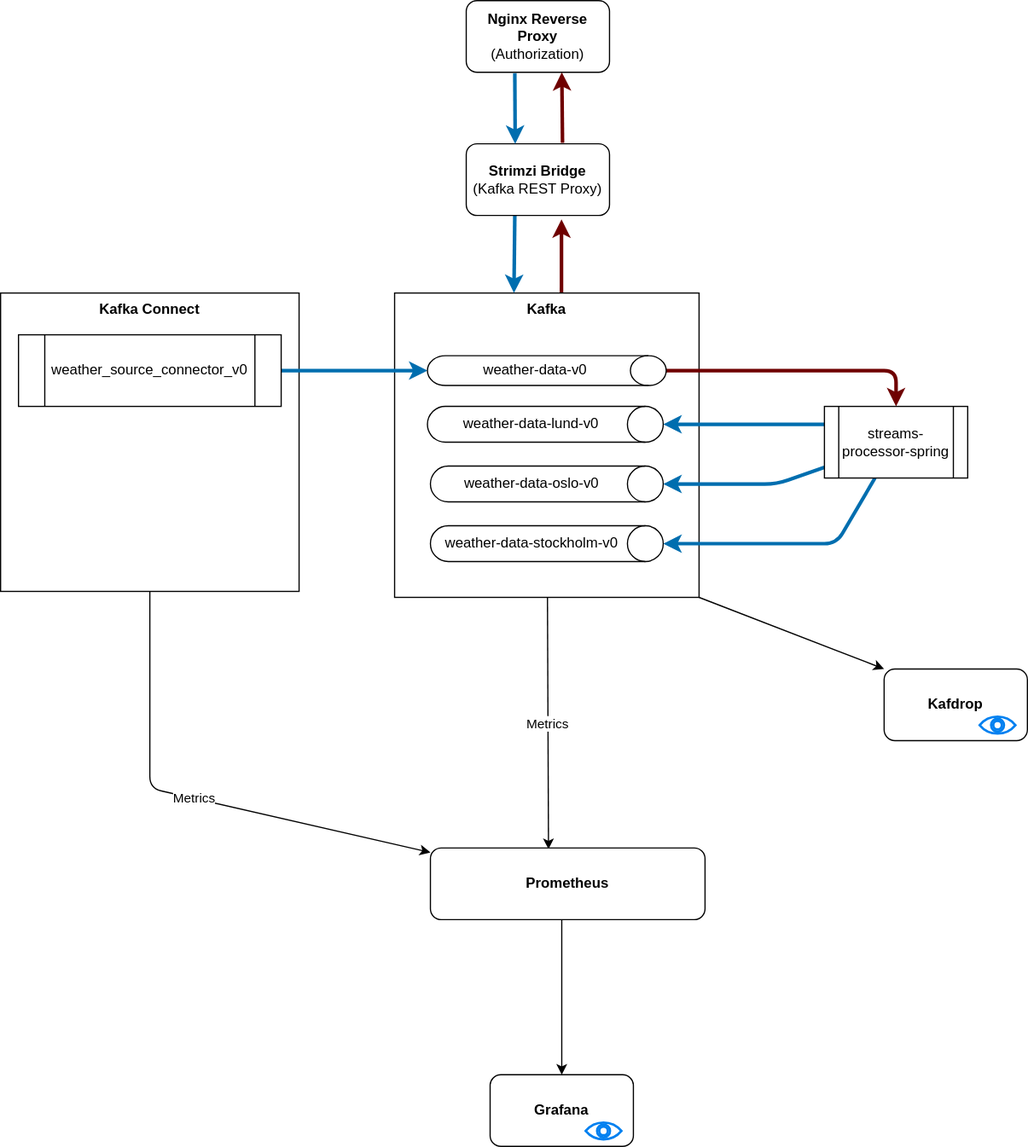
The draw.io diagram architecture.svg in mehdihasan/strimzi-playground, before a commit. Source tidied: cells renumbered, new cells last; positions are measured from the earlier drawing's top-left corner, leaving out a move shared by most shapes.
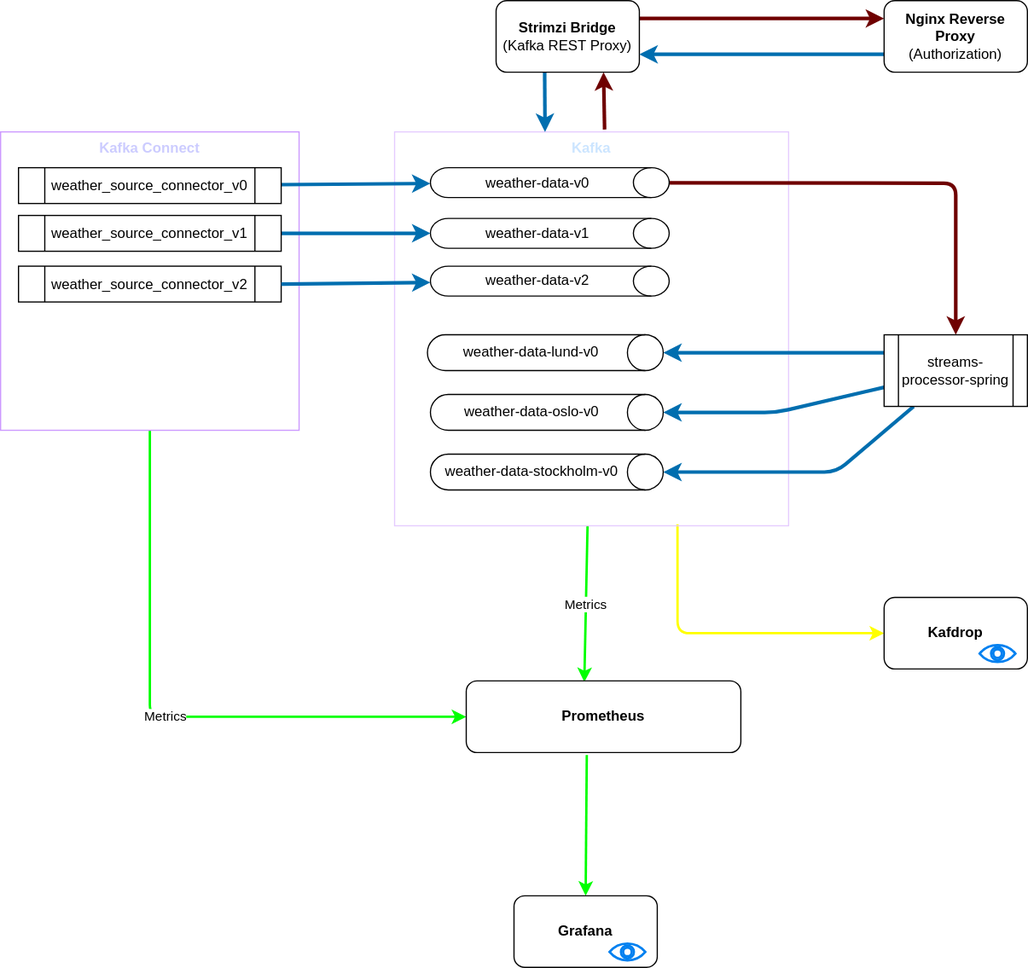
After the commit.

Commit message:
Update architectural drawing

What changed in the source:
```diff
@@ -2,43 +2,47 @@
   <root>
     <mxCell id="0" />
     <mxCell id="1" parent="0" />
-    <mxCell id="2" value="Metrics" style="edgeStyle=none;html=1;entryX=0.43;entryY=0.017;entryDx=0;entryDy=0;entryPerimeter=0;" parent="1" edge="1" source="5" target="20">
+    <mxCell id="2" value="Metrics" style="edgeStyle=none;html=1;entryX=0.43;entryY=0.017;entryDx=0;entryDy=0;entryPerimeter=0;strokeColor=#00FF00;strokeWidth=2;" parent="1" edge="1" source="5" target="20">
       <mxGeometry relative="1" as="geometry" />
     </mxCell>
-    <mxCell id="3" style="edgeStyle=none;html=1;entryX=0;entryY=0;entryDx=0;entryDy=0;exitX=1;exitY=1;exitDx=0;exitDy=0;" parent="1" edge="1" source="5" target="22">
-      <mxGeometry relative="1" as="geometry" />
+    <mxCell id="3" style="edgeStyle=none;html=1;entryX=0;entryY=0.5;entryDx=0;entryDy=0;exitX=0.718;exitY=0.996;exitDx=0;exitDy=0;exitPerimeter=0;fontColor=#FFFF33;fontSize=11;strokeWidth=2;fillColor=#e3c800;strokeColor=#FFFF00;" parent="1" edge="1" source="5" target="22">
+      <mxGeometry relative="1" as="geometry">
+        <Array as="points">
+          <mxPoint x="567" y="590" />
+        </Array>
+      </mxGeometry>
     </mxCell>
-    <mxCell id="4" style="edgeStyle=none;html=1;entryX=0.665;entryY=1.056;entryDx=0;entryDy=0;exitX=0.548;exitY=0.059;exitDx=0;exitDy=0;exitPerimeter=0;entryPerimeter=0;strokeWidth=3;fillColor=#a20025;strokeColor=#6F0000;" parent="1" edge="1" source="5" target="25">
+    <mxCell id="4" style="edgeStyle=none;html=1;entryX=0.75;entryY=1;entryDx=0;entryDy=0;strokeWidth=3;fillColor=#a20025;strokeColor=#6F0000;exitX=0.533;exitY=-0.006;exitDx=0;exitDy=0;exitPerimeter=0;" parent="1" edge="1" source="5" target="25">
       <mxGeometry relative="1" as="geometry" />
     </mxCell>
-    <mxCell id="5" value="&lt;b&gt;Kafka&lt;/b&gt;" style="whiteSpace=wrap;html=1;verticalAlign=top;" parent="1" vertex="1">
-      <mxGeometry x="330" y="245" width="255" height="255" as="geometry" />
+    <mxCell id="5" value="&lt;b&gt;Kafka&lt;/b&gt;" style="whiteSpace=wrap;html=1;verticalAlign=top;fillColor=none;strokeColor=#E5CCFF;fontColor=#CCE5FF;" parent="1" vertex="1">
+      <mxGeometry x="330" y="170" width="330" height="330" as="geometry" />
     </mxCell>
-    <mxCell id="6" value="Metrics" style="edgeStyle=none;html=1;" parent="1" edge="1" source="7" target="20">
+    <mxCell id="6" value="Metrics" style="edgeStyle=none;html=1;strokeColor=#00FF00;strokeWidth=2;" parent="1" edge="1" source="7" target="20">
       <mxGeometry relative="1" as="geometry">
         <Array as="points">
           <mxPoint x="125" y="660" />
         </Array>
       </mxGeometry>
     </mxCell>
-    <mxCell id="7" value="&lt;b&gt;Kafka Connect&lt;/b&gt;" style="whiteSpace=wrap;html=1;verticalAlign=top;" parent="1" vertex="1">
-      <mxGeometry y="245" width="250" height="250" as="geometry" />
+    <mxCell id="7" value="&lt;b&gt;Kafka Connect&lt;/b&gt;" style="whiteSpace=wrap;html=1;verticalAlign=top;fillColor=none;strokeColor=#CC99FF;fontColor=#CCCCFF;" parent="1" vertex="1">
+      <mxGeometry y="170" width="250" height="250" as="geometry" />
     </mxCell>
     <mxCell id="8" style="edgeStyle=none;html=1;fillColor=#1ba1e2;strokeColor=#006EAF;strokeWidth=3;" parent="1" edge="1" source="9" target="11">
       <mxGeometry relative="1" as="geometry" />
     </mxCell>
     <mxCell id="9" value="weather_source_connector_v0" style="shape=process;whiteSpace=wrap;html=1;backgroundOutline=1;" parent="1" vertex="1">
-      <mxGeometry x="15" y="280" width="220" height="60" as="geometry" />
+      <mxGeometry x="15" y="200" width="220" height="30" as="geometry" />
     </mxCell>
     <mxCell id="10" style="edgeStyle=none;html=1;entryX=0.5;entryY=0;entryDx=0;entryDy=0;fillColor=#a20025;strokeColor=#6F0000;strokeWidth=3;" parent="1" edge="1" source="11" target="15">
       <mxGeometry relative="1" as="geometry">
         <Array as="points">
-          <mxPoint x="750" y="310" />
+          <mxPoint x="800" y="213" />
         </Array>
       </mxGeometry>
     </mxCell>
     <mxCell id="11" value="weather-data-v0" style="shape=cylinder3;whiteSpace=wrap;html=1;boundedLbl=1;backgroundOutline=1;size=15;direction=south;" parent="1" vertex="1">
-      <mxGeometry x="357.5" y="297.5" width="200" height="25" as="geometry" />
+      <mxGeometry x="360" y="200" width="200" height="25" as="geometry" />
     </mxCell>
     <mxCell id="12" style="edgeStyle=none;html=1;entryX=0.5;entryY=0;entryDx=0;entryDy=0;entryPerimeter=0;exitX=0;exitY=0.25;exitDx=0;exitDy=0;fillColor=#1ba1e2;strokeColor=#006EAF;strokeWidth=3;" parent="1" edge="1" source="15" target="16">
       <mxGeometry relative="1" as="geometry" />
@@ -58,7 +62,7 @@
       </mxGeometry>
     </mxCell>
     <mxCell id="15" value="streams-processor-spring" style="shape=process;whiteSpace=wrap;html=1;backgroundOutline=1;" parent="1" vertex="1">
-      <mxGeometry x="690" y="340" width="120" height="60" as="geometry" />
+      <mxGeometry x="740" y="340" width="120" height="60" as="geometry" />
     </mxCell>
     <mxCell id="16" value="weather-data-lund-v0" style="shape=cylinder3;whiteSpace=wrap;html=1;boundedLbl=1;backgroundOutline=1;size=15;direction=south;" parent="1" vertex="1">
       <mxGeometry x="357.5" y="340" width="197.5" height="30" as="geometry" />
@@ -69,42 +73,58 @@
     <mxCell id="18" value="weather-data-oslo-v0" style="shape=cylinder3;whiteSpace=wrap;html=1;boundedLbl=1;backgroundOutline=1;size=15;direction=south;" parent="1" vertex="1">
       <mxGeometry x="360" y="390" width="195" height="30" as="geometry" />
     </mxCell>
-    <mxCell id="19" style="edgeStyle=none;html=1;entryX=0.5;entryY=0;entryDx=0;entryDy=0;" parent="1" edge="1" target="21">
-      <mxGeometry relative="1" as="geometry">
-        <mxPoint x="470" y="770" as="sourcePoint" />
-      </mxGeometry>
+    <mxCell id="19" style="edgeStyle=none;html=1;entryX=0.5;entryY=0;entryDx=0;entryDy=0;strokeColor=#00FF00;strokeWidth=2;exitX=0.439;exitY=1.033;exitDx=0;exitDy=0;exitPerimeter=0;" parent="1" edge="1" source="20" target="21">
+      <mxGeometry relative="1" as="geometry" />
     </mxCell>
     <mxCell id="20" value="&lt;b&gt;Prometheus&lt;/b&gt;" style="rounded=1;whiteSpace=wrap;html=1;" parent="1" vertex="1">
-      <mxGeometry x="360" y="710" width="230" height="60" as="geometry" />
+      <mxGeometry x="390" y="630" width="230" height="60" as="geometry" />
     </mxCell>
     <mxCell id="21" value="&lt;b&gt;Grafana&lt;/b&gt;" style="rounded=1;whiteSpace=wrap;html=1;" parent="1" vertex="1">
-      <mxGeometry x="410" y="900" width="120" height="60" as="geometry" />
+      <mxGeometry x="430" y="810" width="120" height="60" as="geometry" />
     </mxCell>
     <mxCell id="22" value="&lt;b&gt;Kafdrop&lt;/b&gt;" style="rounded=1;whiteSpace=wrap;html=1;" parent="1" vertex="1">
       <mxGeometry x="740" y="560" width="120" height="60" as="geometry" />
     </mxCell>
-    <mxCell id="23" style="edgeStyle=none;html=1;entryX=0.392;entryY=0;entryDx=0;entryDy=0;entryPerimeter=0;exitX=0.339;exitY=1;exitDx=0;exitDy=0;exitPerimeter=0;fillColor=#1ba1e2;strokeColor=#006EAF;strokeWidth=3;" parent="1" edge="1" source="25" target="5">
-      <mxGeometry relative="1" as="geometry" />
+    <mxCell id="23" style="edgeStyle=none;html=1;exitX=0.339;exitY=1;exitDx=0;exitDy=0;exitPerimeter=0;fillColor=#1ba1e2;strokeColor=#006EAF;strokeWidth=3;" parent="1" edge="1" source="25">
+      <mxGeometry relative="1" as="geometry">
+        <mxPoint x="456" y="170" as="targetPoint" />
+      </mxGeometry>
     </mxCell>
-    <mxCell id="24" style="edgeStyle=none;html=1;entryX=0.667;entryY=1;entryDx=0;entryDy=0;entryPerimeter=0;exitX=0.672;exitY=-0.014;exitDx=0;exitDy=0;exitPerimeter=0;strokeWidth=3;fillColor=#a20025;strokeColor=#6F0000;" parent="1" edge="1" source="25" target="27">
+    <mxCell id="24" style="edgeStyle=none;html=1;entryX=0;entryY=0.25;entryDx=0;entryDy=0;exitX=1;exitY=0.25;exitDx=0;exitDy=0;strokeWidth=3;fillColor=#a20025;strokeColor=#6F0000;" parent="1" edge="1" source="25" target="27">
       <mxGeometry relative="1" as="geometry" />
     </mxCell>
     <mxCell id="25" value="&lt;b&gt;Strimzi Bridge&lt;/b&gt;&lt;br&gt;(Kafka REST Proxy)" style="rounded=1;whiteSpace=wrap;html=1;" parent="1" vertex="1">
-      <mxGeometry x="390" y="120" width="120" height="60" as="geometry" />
+      <mxGeometry x="415" y="60" width="120" height="60" as="geometry" />
     </mxCell>
-    <mxCell id="26" style="edgeStyle=none;html=1;exitX=0.339;exitY=1.014;exitDx=0;exitDy=0;exitPerimeter=0;fillColor=#1ba1e2;strokeColor=#006EAF;strokeWidth=3;" parent="1" edge="1" source="27">
-      <mxGeometry relative="1" as="geometry">
-        <mxPoint x="431" y="120" as="targetPoint" />
-      </mxGeometry>
+    <mxCell id="26" style="edgeStyle=none;html=1;exitX=0;exitY=0.75;exitDx=0;exitDy=0;fillColor=#1ba1e2;strokeColor=#006EAF;strokeWidth=3;entryX=1;entryY=0.75;entryDx=0;entryDy=0;" parent="1" edge="1" source="27" target="25">
+      <mxGeometry relative="1" as="geometry" />
     </mxCell>
     <mxCell id="27" value="&lt;b&gt;Nginx Reverse Proxy&lt;/b&gt;&lt;br&gt;(Authorization)" style="rounded=1;whiteSpace=wrap;html=1;" parent="1" vertex="1">
-      <mxGeometry x="390" width="120" height="60" as="geometry" />
+      <mxGeometry x="740" y="60" width="120" height="60" as="geometry" />
     </mxCell>
     <mxCell id="28" style="html=1;verticalLabelPosition=bottom;align=center;labelBackgroundColor=#ffffff;verticalAlign=top;strokeWidth=2;strokeColor=#0080F0;shadow=0;dashed=0;shape=mxgraph.ios7.icons.eye;" parent="1" vertex="1">
       <mxGeometry x="820" y="600" width="30" height="14.1" as="geometry" />
     </mxCell>
     <mxCell id="29" style="html=1;verticalLabelPosition=bottom;align=center;labelBackgroundColor=#ffffff;verticalAlign=top;strokeWidth=2;strokeColor=#0080F0;shadow=0;dashed=0;shape=mxgraph.ios7.icons.eye;" parent="1" vertex="1">
-      <mxGeometry x="490" y="940" width="30" height="14.1" as="geometry" />
+      <mxGeometry x="510" y="850" width="30" height="14.1" as="geometry" />
     </mxCell>
+    <mxCell id="30" value="weather-data-v1" style="shape=cylinder3;whiteSpace=wrap;html=1;boundedLbl=1;backgroundOutline=1;size=15;direction=south;" parent="1" vertex="1">
+      <mxGeometry x="360" y="242.5" width="200" height="25" as="geometry" />
+    </mxCell>
+    <mxCell id="31" value="weather-data-v2" style="shape=cylinder3;whiteSpace=wrap;html=1;boundedLbl=1;backgroundOutline=1;size=15;direction=south;" parent="1" vertex="1">
+      <mxGeometry x="360" y="282.5" width="200" height="25" as="geometry" />
+    </mxCell>
+    <mxCell id="32" style="edgeStyle=none;html=1;fillColor=#1ba1e2;strokeColor=#006EAF;strokeWidth=3;" parent="1" edge="1" source="33" target="30">
+      <mxGeometry relative="1" as="geometry" />
+    </mxCell>
+    <mxCell id="33" value="weather_source_connector_v1" style="shape=process;whiteSpace=wrap;html=1;backgroundOutline=1;" parent="1" vertex="1">
+      <mxGeometry x="15" y="240" width="220" height="30" as="geometry" />
+    </mxCell>
+    <mxCell id="34" value="weather_source_connector_v2" style="shape=process;whiteSpace=wrap;html=1;backgroundOutline=1;" parent="1" vertex="1">
+      <mxGeometry x="15" y="282.5" width="220" height="30" as="geometry" />
+    </mxCell>
+    <mxCell id="35" style="edgeStyle=none;html=1;fillColor=#1ba1e2;strokeColor=#006EAF;strokeWidth=3;exitX=1;exitY=0.5;exitDx=0;exitDy=0;" parent="1" edge="1" source="34" target="31">
+      <mxGeometry relative="1" as="geometry" />
+    </mxCell>
   </root>
 </mxGraphModel>
```
